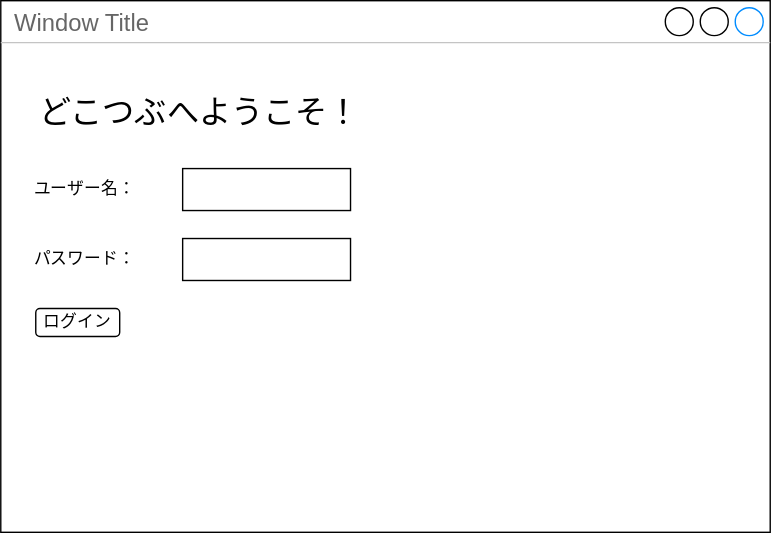
Before: Screen design document.drawio.svg, a diagram exported from draw.io (SZTTSG/sofewareEngneeringIntroduction). Source tidied: cells renumbered, new cells last; positions are measured from the earlier drawing's top-left corner, leaving out a move shared by most shapes.
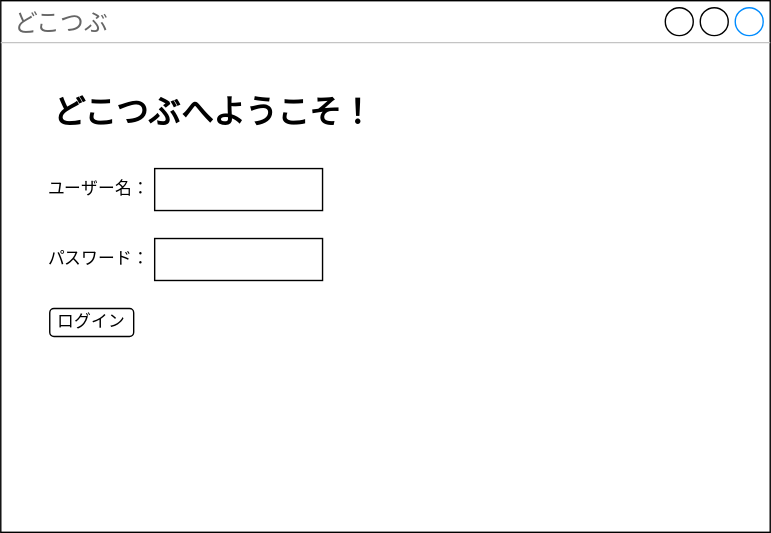
After the commit.

Commit message:
Screen design document.drawio.svg を更新します

Diff of the diagram source:
```diff
@@ -2,14 +2,14 @@
   <root>
     <mxCell id="0" />
     <mxCell id="1" parent="0" />
-    <mxCell id="2" value="Window Title" style="strokeWidth=1;shadow=0;dashed=0;align=center;html=1;shape=mxgraph.mockup.containers.window;align=left;verticalAlign=top;spacingLeft=8;strokeColor2=#008cff;strokeColor3=#c4c4c4;fontColor=#666666;mainText=;fontSize=17;labelBackgroundColor=none;whiteSpace=wrap;" parent="1" vertex="1">
-      <mxGeometry width="550" height="380" as="geometry" />
+    <mxCell id="2" value="どこつぶ" style="strokeWidth=1;shadow=0;dashed=0;align=center;html=1;shape=mxgraph.mockup.containers.window;align=left;verticalAlign=top;spacingLeft=8;strokeColor2=#008cff;strokeColor3=#c4c4c4;fontColor=#666666;mainText=;fontSize=17;labelBackgroundColor=none;whiteSpace=wrap;" parent="1" vertex="1">
+      <mxGeometry x="-10" width="550" height="380" as="geometry" />
     </mxCell>
     <mxCell id="3" style="rounded=0;whiteSpace=wrap;html=1;" parent="1" vertex="1">
-      <mxGeometry x="130" y="120" width="120" height="30" as="geometry" />
+      <mxGeometry x="100" y="120" width="120" height="30" as="geometry" />
     </mxCell>
     <mxCell id="4" style="rounded=0;whiteSpace=wrap;html=1;" parent="1" vertex="1">
-      <mxGeometry x="130" y="170" width="120" height="30" as="geometry" />
+      <mxGeometry x="100" y="170" width="120" height="30" as="geometry" />
     </mxCell>
     <mxCell id="5" value="ユーザー名：" style="text;html=1;align=center;verticalAlign=middle;whiteSpace=wrap;rounded=0;" parent="1" vertex="1">
       <mxGeometry x="20" y="120" width="80" height="30" as="geometry" />
@@ -20,7 +20,7 @@
     <mxCell id="7" value="ログイン" style="rounded=1;whiteSpace=wrap;html=1;" parent="1" vertex="1">
       <mxGeometry x="25" y="220" width="60" height="20" as="geometry" />
     </mxCell>
-    <mxCell id="8" value="&lt;font style=&quot;font-size: 23px;&quot;&gt;どこつぶへようこそ！&lt;/font&gt;" style="text;html=1;align=center;verticalAlign=middle;whiteSpace=wrap;rounded=0;" parent="1" vertex="1">
+    <mxCell id="8" value="&lt;font style=&quot;font-size: 23px;&quot;&gt;&lt;b&gt;どこつぶへようこそ！&lt;/b&gt;&lt;/font&gt;" style="text;html=1;align=center;verticalAlign=middle;whiteSpace=wrap;rounded=0;" parent="1" vertex="1">
       <mxGeometry x="25" y="50" width="235" height="60" as="geometry" />
     </mxCell>
   </root>
```
